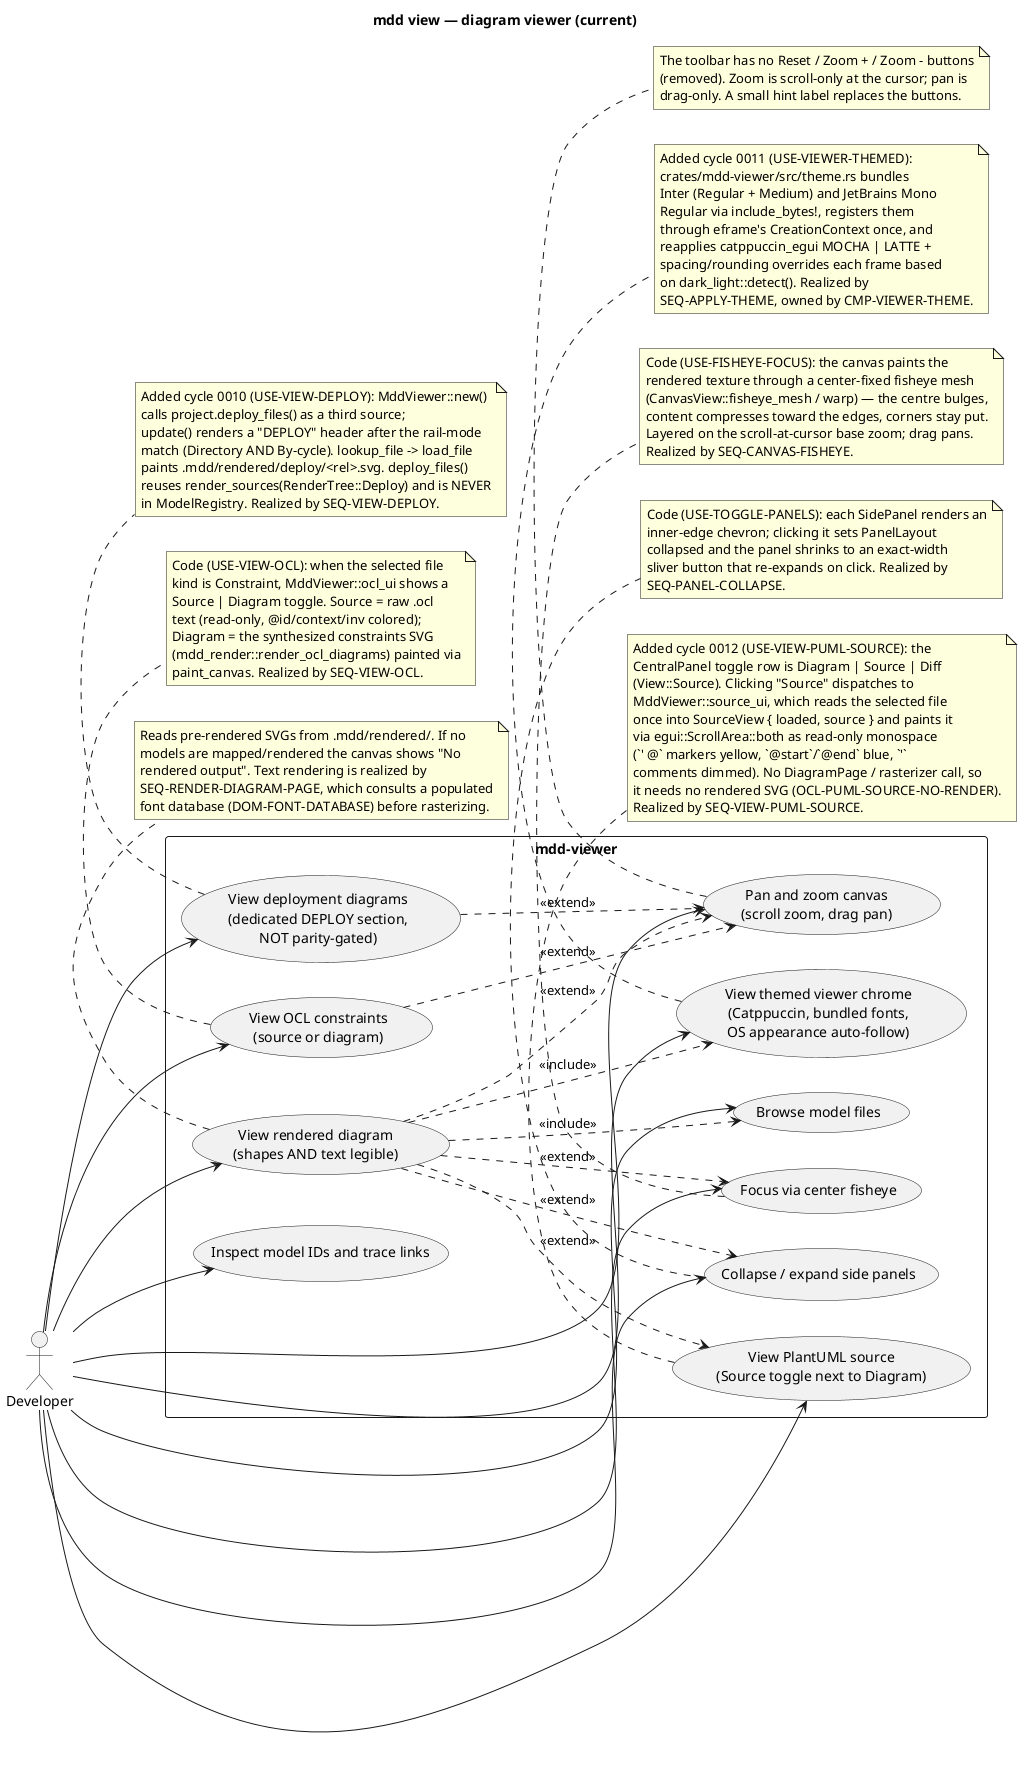
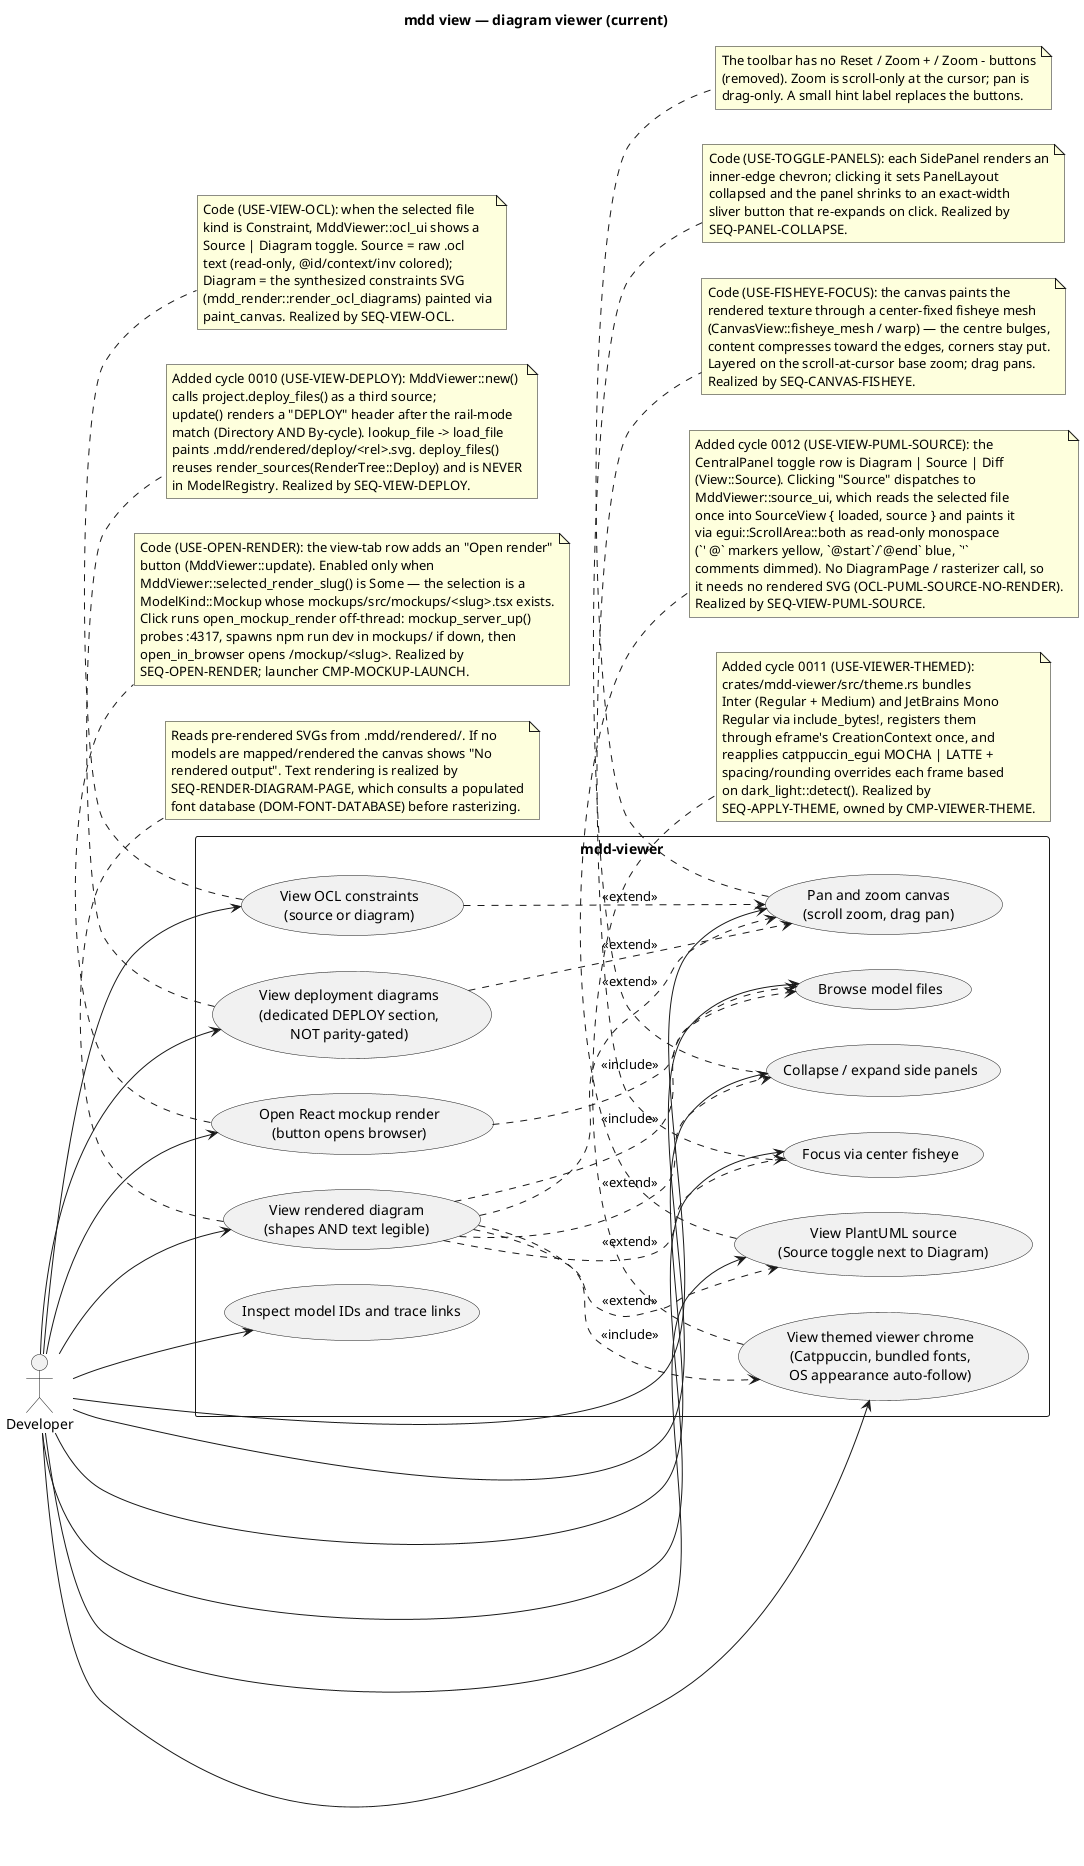
@startuml
' --- whole-map provenance: cycle that introduced each @id ---
' @cycle(USE-VIEW-DIAGRAMS, 0001)
' @cycle(USE-FISHEYE-FOCUS, 0001)
' @cycle(USE-TOGGLE-PANELS, 0001)
' @cycle(USE-VIEW-OCL, 0004)
' @cycle(USE-VIEW-DEPLOY, 0010)
' @cycle(USE-VIEWER-THEMED, 0011)
' @cycle(USE-VIEW-PUML-SOURCE, 0012)
+ ' @cycle(USE-OPEN-RENDER, 0019)
' @id(USE-VIEW-DIAGRAMS)
' @desc(USE-VIEW-DIAGRAMS, "Developer views a rendered model diagram on the in-app canvas with shapes and text legible.")
' @id(USE-FISHEYE-FOCUS)
' @desc(USE-FISHEYE-FOCUS, "Developer focuses on part of a diagram via a center-fixed fisheye that magnifies the canvas centre and compresses content toward the edges, layered on the scroll global zoom.")
' @id(USE-TOGGLE-PANELS)
' @desc(USE-TOGGLE-PANELS, "Developer collapses or expands the left MODELS panel and the right MODEL CONTEXT panel via an inner-edge handle, reclaiming canvas width on demand.")
' @id(USE-VIEW-OCL)
' @desc(USE-VIEW-OCL, "Implemented: selecting a .ocl file shows MddViewer::ocl_ui with a Source/Diagram toggle — Source paints the raw OCL text, Diagram paints the synthesized constraints SVG.")
' @id(USE-VIEW-DEPLOY)
' @desc(USE-VIEW-DEPLOY, "Implemented (cycle 0010): MddViewer::new() loads a THIRD source, project.deploy_files(), beside model_registry() and cycle_registry(). The left rail renders a dedicated 'DEPLOY · /mdd-deploy · utility, not parity-gated' CollapsingHeader (both Directory and By-cycle modes) listing .mdd/deploy/**/*.puml; clicking a leaf reuses load_file to paint .mdd/rendered/deploy/**/*.svg. lookup_file searches registry + deploy_files; deploy files never enter ModelRegistry, so Project::review()/validate() keep ignoring .mdd/deploy/.")
' @id(USE-VIEWER-THEMED)
' @desc(USE-VIEWER-THEMED, "Implemented (cycle 0011) as crates/mdd-viewer/src/theme.rs: run() calls theme::register_fonts(&cc.egui_ctx) once at startup (Inter Regular + Medium at the head of FontFamily::Proportional, JetBrains Mono Regular at the head of FontFamily::Monospace). MddViewer::update calls theme::apply_theme(ctx) FIRST each frame: dark_light::detect() → catppuccin_egui::set_theme(ctx, MOCHA | LATTE), then style.spacing.item_spacing = (8.0, 6.0) and rounding = 6.0 on every WidgetVisuals variant. Pure chrome — does not touch ModelRegistry, CycleRegistry, or the SVG render pipeline.")
' @id(USE-VIEW-PUML-SOURCE)
' @desc(USE-VIEW-PUML-SOURCE, "Implemented (cycle 0012): the CentralPanel toggle row is Diagram | Source | Diff (View enum gains View::Source). Clicking Source sets self.view = View::Source; update() dispatches to MddViewer::source_ui before the constraint/canvas branch. source_ui lazily reads the selected file's text into SourceView { loaded, source } (cached by path) and paints it in egui::ScrollArea::both as read-only monospace — `' @` marker lines yellow, `@start`/`@end` directives blue, other `'` comments dimmed. No DiagramPage / usvg call, so it works even when the SVG is unrendered.")
+ ' @id(USE-OPEN-RENDER)
+ ' @desc(USE-OPEN-RENDER, "As built (cycle 0019): the central-panel view-tab row has an 'Open render' button (MddViewer::update). It is enabled only when MddViewer::selected_render_slug() is Some — the selected file is a ModelKind::Mockup whose render mockups/src/mockups/<slug>.tsx exists under project.root(). Click runs open_mockup_render off the UI thread: probe :4317, spawn npm run dev in mockups/ if it is not already serving, then open the OS browser at /mockup/<slug>.")
' Current-side use-case view of the `mdd view` interactive diagram viewer,
' refreshed from code: the canvas applies a center-fixed fisheye over
' the base scroll zoom, the side panels collapse, the toolbar has no
' zoom buttons, .ocl files render via a Source/Diagram toggle, a
' dedicated non-gated DEPLOY section surfaces .mdd/deploy diagrams, and
' the chrome is themed by a per-frame Catppuccin variant that follows the
' OS appearance, with bundled Inter + JetBrains Mono fonts.
title mdd view — diagram viewer (current)

left to right direction

actor "Developer" as Dev

rectangle "mdd-viewer" {
  usecase "View rendered diagram\n(shapes AND text legible)" as View
  usecase "Browse model files" as Browse
  usecase "Pan and zoom canvas\n(scroll zoom, drag pan)" as PanZoom
  usecase "Focus via center fisheye" as Fisheye
  usecase "Collapse / expand side panels" as Panels
  usecase "Inspect model IDs and trace links" as Trace
  usecase "View OCL constraints\n(source or diagram)" as ViewOcl
  usecase "View deployment diagrams\n(dedicated DEPLOY section,\nNOT parity-gated)" as ViewDeploy
  usecase "View themed viewer chrome\n(Catppuccin, bundled fonts,\nOS appearance auto-follow)" as Themed
  usecase "View PlantUML source\n(Source toggle next to Diagram)" as ViewSource
+   usecase "Open React mockup render\n(button opens browser)" as OpenRender
}

Dev --> View
Dev --> Browse
Dev --> PanZoom
Dev --> Fisheye
Dev --> Panels
Dev --> Trace
Dev --> ViewOcl
Dev --> ViewDeploy
Dev --> Themed
Dev --> ViewSource
+ Dev --> OpenRender

View ..> Browse : <<include>>
View ..> PanZoom : <<extend>>
View ..> Fisheye : <<extend>>
View ..> Panels : <<extend>>
View ..> Themed : <<include>>
View ..> ViewSource : <<extend>>
ViewOcl ..> PanZoom : <<extend>>
ViewDeploy ..> PanZoom : <<extend>>
+ OpenRender ..> Browse : <<include>>

note bottom of ViewOcl
  Code (USE-VIEW-OCL): when the selected file
  kind is Constraint, MddViewer::ocl_ui shows a
  Source | Diagram toggle. Source = raw .ocl
  text (read-only, @id/context/inv colored);
  Diagram = the synthesized constraints SVG
  (mdd_render::render_ocl_diagrams) painted via
  paint_canvas. Realized by SEQ-VIEW-OCL.
end note

note bottom of Fisheye
  Code (USE-FISHEYE-FOCUS): the canvas paints the
  rendered texture through a center-fixed fisheye mesh
  (CanvasView::fisheye_mesh / warp) — the centre bulges,
  content compresses toward the edges, corners stay put.
  Layered on the scroll-at-cursor base zoom; drag pans.
  Realized by SEQ-CANVAS-FISHEYE.
end note

note bottom of PanZoom
  The toolbar has no Reset / Zoom + / Zoom - buttons
  (removed). Zoom is scroll-only at the cursor; pan is
  drag-only. A small hint label replaces the buttons.
end note

note bottom of Panels
  Code (USE-TOGGLE-PANELS): each SidePanel renders an
  inner-edge chevron; clicking it sets PanelLayout
  collapsed and the panel shrinks to an exact-width
  sliver button that re-expands on click. Realized by
  SEQ-PANEL-COLLAPSE.
end note

note bottom of View
  Reads pre-rendered SVGs from .mdd/rendered/. If no
  models are mapped/rendered the canvas shows "No
  rendered output". Text rendering is realized by
  SEQ-RENDER-DIAGRAM-PAGE, which consults a populated
  font database (DOM-FONT-DATABASE) before rasterizing.
end note

note bottom of Themed
  Added cycle 0011 (USE-VIEWER-THEMED):
  crates/mdd-viewer/src/theme.rs bundles
  Inter (Regular + Medium) and JetBrains Mono
  Regular via include_bytes!, registers them
  through eframe's CreationContext once, and
  reapplies catppuccin_egui MOCHA | LATTE +
  spacing/rounding overrides each frame based
  on dark_light::detect(). Realized by
  SEQ-APPLY-THEME, owned by CMP-VIEWER-THEME.
end note

note bottom of ViewDeploy
  Added cycle 0010 (USE-VIEW-DEPLOY): MddViewer::new()
  calls project.deploy_files() as a third source;
  update() renders a "DEPLOY" header after the rail-mode
  match (Directory AND By-cycle). lookup_file -> load_file
  paints .mdd/rendered/deploy/<rel>.svg. deploy_files()
  reuses render_sources(RenderTree::Deploy) and is NEVER
  in ModelRegistry. Realized by SEQ-VIEW-DEPLOY.
end note

note bottom of ViewSource
  Added cycle 0012 (USE-VIEW-PUML-SOURCE): the
  CentralPanel toggle row is Diagram | Source | Diff
  (View::Source). Clicking "Source" dispatches to
  MddViewer::source_ui, which reads the selected file
  once into SourceView { loaded, source } and paints it
  via egui::ScrollArea::both as read-only monospace
  (`' @` markers yellow, `@start`/`@end` blue, `'`
  comments dimmed). No DiagramPage / rasterizer call, so
  it needs no rendered SVG (OCL-PUML-SOURCE-NO-RENDER).
  Realized by SEQ-VIEW-PUML-SOURCE.
end note
+ 
+ note bottom of OpenRender
+   Code (USE-OPEN-RENDER): the view-tab row adds an "Open render"
+   button (MddViewer::update). Enabled only when
+   MddViewer::selected_render_slug() is Some — the selection is a
+   ModelKind::Mockup whose mockups/src/mockups/<slug>.tsx exists.
+   Click runs open_mockup_render off-thread: mockup_server_up()
+   probes :4317, spawns npm run dev in mockups/ if down, then
+   open_in_browser opens /mockup/<slug>. Realized by
+   SEQ-OPEN-RENDER; launcher CMP-MOCKUP-LAUNCH.
+ end note
@enduml
